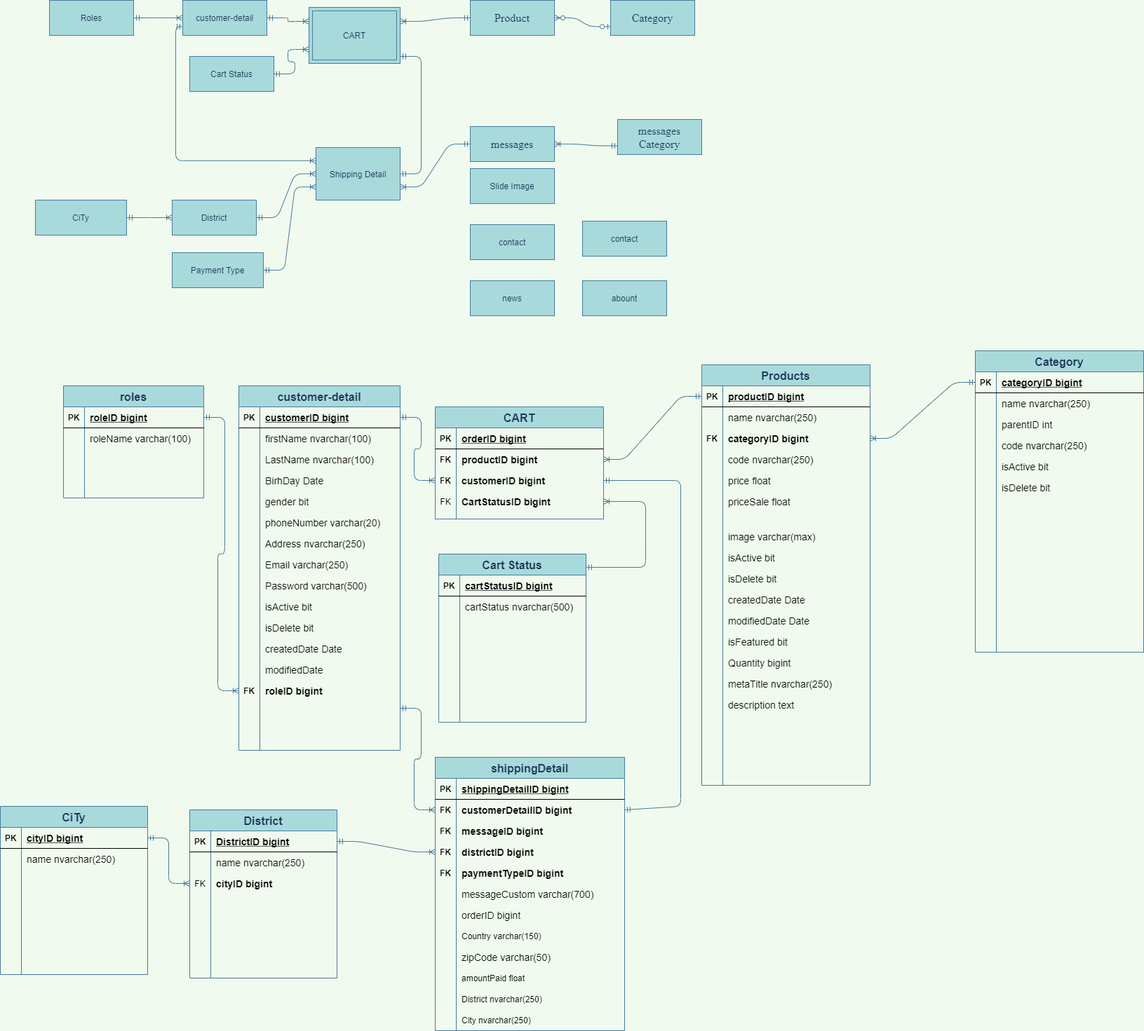
Before: Untitled Diagram.png, a diagram exported from draw.io (maialino123/Eproject-SEM3). Source tidied: cells renumbered, new cells last; positions are measured from the earlier drawing's top-left corner, leaving out a move shared by most shapes.
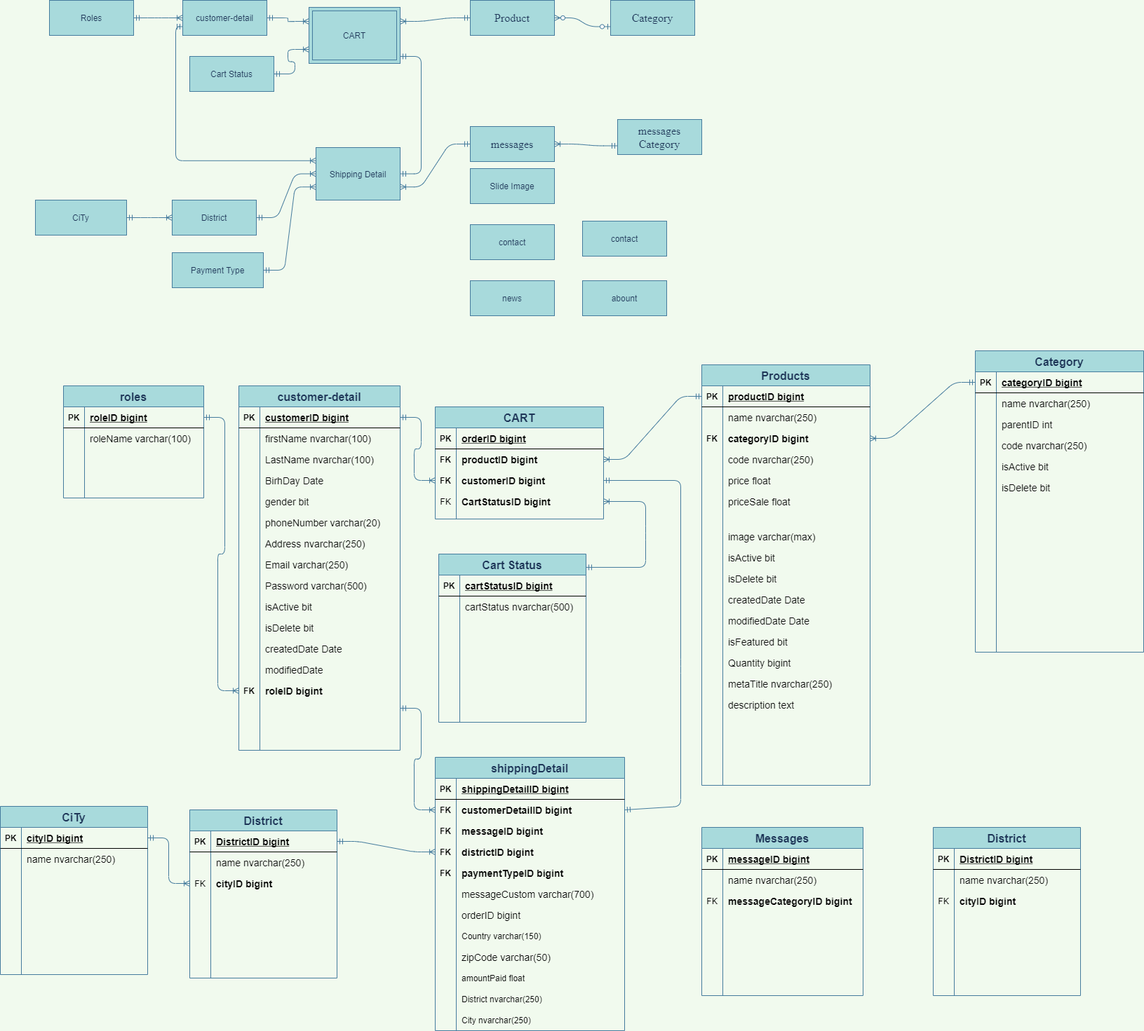
Later version of the same file.

The edit, as a diff of the source:
```diff
@@ -858,5 +858,137 @@
     <mxCell id="281" style="edgeStyle=entityRelationEdgeStyle;fontSize=12;html=1;endArrow=ERoneToMany;startArrow=ERmandOne;fontColor=#1D3557;strokeColor=#457B9D;fillColor=#A8DADC;labelBackgroundColor=#F1FAEE;exitX=1;exitY=0.5;exitDx=0;exitDy=0;entryX=0;entryY=0.5;entryDx=0;entryDy=0;" parent="1" edge="1" source="259" target="243">
       <mxGeometry relative="1" as="geometry" />
     </mxCell>
+    <mxCell id="282" value="Messages" style="shape=table;startSize=30;rowLines=0;fontStyle=1;align=center;rounded=0;sketch=0;fontColor=#1D3557;strokeColor=#457B9D;fillColor=#A8DADC;fontSize=16;" parent="1" vertex="1">
+      <mxGeometry x="1000" y="1180" width="230" height="240" as="geometry" />
+    </mxCell>
+    <mxCell id="283" style="shape=partialRectangle;fillColor=none;top=0;left=0;bottom=1;right=0;" parent="282" vertex="1">
+      <mxGeometry y="30" width="230" height="30" as="geometry" />
+    </mxCell>
+    <mxCell id="284" value="PK" style="shape=partialRectangle;fillColor=none;top=0;left=0;bottom=0;right=0;fontStyle=1;overflow=hidden;" parent="283" vertex="1">
+      <mxGeometry width="30" height="30" as="geometry" />
+    </mxCell>
+    <mxCell id="285" value="messageID bigint" style="shape=partialRectangle;fillColor=none;top=0;left=0;bottom=0;right=0;align=left;spacingLeft=6;fontStyle=5;overflow=hidden;fontSize=14;" parent="283" vertex="1">
+      <mxGeometry x="30" width="200" height="30" as="geometry" />
+    </mxCell>
+    <mxCell id="286" style="shape=partialRectangle;fillColor=none;top=0;left=0;bottom=0;right=0;" parent="282" vertex="1">
+      <mxGeometry y="60" width="230" height="30" as="geometry" />
+    </mxCell>
+    <mxCell id="287" style="shape=partialRectangle;fillColor=none;top=0;left=0;bottom=0;right=0;overflow=hidden;" parent="286" vertex="1">
+      <mxGeometry width="30" height="30" as="geometry" />
+    </mxCell>
+    <mxCell id="288" value="name nvarchar(250)" style="shape=partialRectangle;fillColor=none;top=0;left=0;bottom=0;right=0;align=left;spacingLeft=6;overflow=hidden;fontSize=14;" parent="286" vertex="1">
+      <mxGeometry x="30" width="200" height="30" as="geometry" />
+    </mxCell>
+    <mxCell id="289" style="shape=partialRectangle;fillColor=none;top=0;left=0;bottom=0;right=0;" parent="282" vertex="1">
+      <mxGeometry y="90" width="230" height="30" as="geometry" />
+    </mxCell>
+    <mxCell id="290" value="FK" style="shape=partialRectangle;fillColor=none;top=0;left=0;bottom=0;right=0;overflow=hidden;" parent="289" vertex="1">
+      <mxGeometry width="30" height="30" as="geometry" />
+    </mxCell>
+    <mxCell id="291" value="messageCategoryID bigint" style="shape=partialRectangle;fillColor=none;top=0;left=0;bottom=0;right=0;align=left;spacingLeft=6;overflow=hidden;fontStyle=1;fontSize=14;" parent="289" vertex="1">
+      <mxGeometry x="30" width="200" height="30" as="geometry" />
+    </mxCell>
+    <mxCell id="292" style="shape=partialRectangle;fillColor=none;top=0;left=0;bottom=0;right=0;" parent="282" vertex="1">
+      <mxGeometry y="120" width="230" height="30" as="geometry" />
+    </mxCell>
+    <mxCell id="293" style="shape=partialRectangle;fillColor=none;top=0;left=0;bottom=0;right=0;overflow=hidden;" parent="292" vertex="1">
+      <mxGeometry width="30" height="30" as="geometry" />
+    </mxCell>
+    <mxCell id="294" style="shape=partialRectangle;fillColor=none;top=0;left=0;bottom=0;right=0;align=left;spacingLeft=6;overflow=hidden;" parent="292" vertex="1">
+      <mxGeometry x="30" width="200" height="30" as="geometry" />
+    </mxCell>
+    <mxCell id="295" style="shape=partialRectangle;fillColor=none;top=0;left=0;bottom=0;right=0;" parent="282" vertex="1">
+      <mxGeometry y="150" width="230" height="30" as="geometry" />
+    </mxCell>
+    <mxCell id="296" style="shape=partialRectangle;fillColor=none;top=0;left=0;bottom=0;right=0;overflow=hidden;" parent="295" vertex="1">
+      <mxGeometry width="30" height="30" as="geometry" />
+    </mxCell>
+    <mxCell id="297" style="shape=partialRectangle;fillColor=none;top=0;left=0;bottom=0;right=0;align=left;spacingLeft=6;overflow=hidden;" parent="295" vertex="1">
+      <mxGeometry x="30" width="200" height="30" as="geometry" />
+    </mxCell>
+    <mxCell id="298" style="shape=partialRectangle;fillColor=none;top=0;left=0;bottom=0;right=0;" parent="282" vertex="1">
+      <mxGeometry y="180" width="230" height="30" as="geometry" />
+    </mxCell>
+    <mxCell id="299" style="shape=partialRectangle;fillColor=none;top=0;left=0;bottom=0;right=0;overflow=hidden;" parent="298" vertex="1">
+      <mxGeometry width="30" height="30" as="geometry" />
+    </mxCell>
+    <mxCell id="300" style="shape=partialRectangle;fillColor=none;top=0;left=0;bottom=0;right=0;align=left;spacingLeft=6;overflow=hidden;" parent="298" vertex="1">
+      <mxGeometry x="30" width="200" height="30" as="geometry" />
+    </mxCell>
+    <mxCell id="301" style="shape=partialRectangle;fillColor=none;top=0;left=0;bottom=0;right=0;" parent="282" vertex="1">
+      <mxGeometry y="210" width="230" height="30" as="geometry" />
+    </mxCell>
+    <mxCell id="302" style="shape=partialRectangle;fillColor=none;top=0;left=0;bottom=0;right=0;overflow=hidden;" parent="301" vertex="1">
+      <mxGeometry width="30" height="30" as="geometry" />
+    </mxCell>
+    <mxCell id="303" style="shape=partialRectangle;fillColor=none;top=0;left=0;bottom=0;right=0;align=left;spacingLeft=6;overflow=hidden;" parent="301" vertex="1">
+      <mxGeometry x="30" width="200" height="30" as="geometry" />
+    </mxCell>
+    <mxCell id="304" value="District" style="shape=table;startSize=30;rowLines=0;fontStyle=1;align=center;rounded=0;sketch=0;fontColor=#1D3557;strokeColor=#457B9D;fillColor=#A8DADC;fontSize=16;" parent="1" vertex="1">
+      <mxGeometry x="1330" y="1180" width="210" height="240" as="geometry" />
+    </mxCell>
+    <mxCell id="305" style="shape=partialRectangle;fillColor=none;top=0;left=0;bottom=1;right=0;" parent="304" vertex="1">
+      <mxGeometry y="30" width="210" height="30" as="geometry" />
+    </mxCell>
+    <mxCell id="306" value="PK" style="shape=partialRectangle;fillColor=none;top=0;left=0;bottom=0;right=0;fontStyle=1;overflow=hidden;" parent="305" vertex="1">
+      <mxGeometry width="30" height="30" as="geometry" />
+    </mxCell>
+    <mxCell id="307" value="DistrictID bigint" style="shape=partialRectangle;fillColor=none;top=0;left=0;bottom=0;right=0;align=left;spacingLeft=6;fontStyle=5;overflow=hidden;fontSize=14;" parent="305" vertex="1">
+      <mxGeometry x="30" width="180" height="30" as="geometry" />
+    </mxCell>
+    <mxCell id="308" style="shape=partialRectangle;fillColor=none;top=0;left=0;bottom=0;right=0;" parent="304" vertex="1">
+      <mxGeometry y="60" width="210" height="30" as="geometry" />
+    </mxCell>
+    <mxCell id="309" style="shape=partialRectangle;fillColor=none;top=0;left=0;bottom=0;right=0;overflow=hidden;" parent="308" vertex="1">
+      <mxGeometry width="30" height="30" as="geometry" />
+    </mxCell>
+    <mxCell id="310" value="name nvarchar(250)" style="shape=partialRectangle;fillColor=none;top=0;left=0;bottom=0;right=0;align=left;spacingLeft=6;overflow=hidden;fontSize=14;" parent="308" vertex="1">
+      <mxGeometry x="30" width="180" height="30" as="geometry" />
+    </mxCell>
+    <mxCell id="311" style="shape=partialRectangle;fillColor=none;top=0;left=0;bottom=0;right=0;" parent="304" vertex="1">
+      <mxGeometry y="90" width="210" height="30" as="geometry" />
+    </mxCell>
+    <mxCell id="312" value="FK" style="shape=partialRectangle;fillColor=none;top=0;left=0;bottom=0;right=0;overflow=hidden;" parent="311" vertex="1">
+      <mxGeometry width="30" height="30" as="geometry" />
+    </mxCell>
+    <mxCell id="313" value="cityID bigint" style="shape=partialRectangle;fillColor=none;top=0;left=0;bottom=0;right=0;align=left;spacingLeft=6;overflow=hidden;fontStyle=1;fontSize=14;" parent="311" vertex="1">
+      <mxGeometry x="30" width="180" height="30" as="geometry" />
+    </mxCell>
+    <mxCell id="314" style="shape=partialRectangle;fillColor=none;top=0;left=0;bottom=0;right=0;" parent="304" vertex="1">
+      <mxGeometry y="120" width="210" height="30" as="geometry" />
+    </mxCell>
+    <mxCell id="315" style="shape=partialRectangle;fillColor=none;top=0;left=0;bottom=0;right=0;overflow=hidden;" parent="314" vertex="1">
+      <mxGeometry width="30" height="30" as="geometry" />
+    </mxCell>
+    <mxCell id="316" style="shape=partialRectangle;fillColor=none;top=0;left=0;bottom=0;right=0;align=left;spacingLeft=6;overflow=hidden;" parent="314" vertex="1">
+      <mxGeometry x="30" width="180" height="30" as="geometry" />
+    </mxCell>
+    <mxCell id="317" style="shape=partialRectangle;fillColor=none;top=0;left=0;bottom=0;right=0;" parent="304" vertex="1">
+      <mxGeometry y="150" width="210" height="30" as="geometry" />
+    </mxCell>
+    <mxCell id="318" style="shape=partialRectangle;fillColor=none;top=0;left=0;bottom=0;right=0;overflow=hidden;" parent="317" vertex="1">
+      <mxGeometry width="30" height="30" as="geometry" />
+    </mxCell>
+    <mxCell id="319" style="shape=partialRectangle;fillColor=none;top=0;left=0;bottom=0;right=0;align=left;spacingLeft=6;overflow=hidden;" parent="317" vertex="1">
+      <mxGeometry x="30" width="180" height="30" as="geometry" />
+    </mxCell>
+    <mxCell id="320" style="shape=partialRectangle;fillColor=none;top=0;left=0;bottom=0;right=0;" parent="304" vertex="1">
+      <mxGeometry y="180" width="210" height="30" as="geometry" />
+    </mxCell>
+    <mxCell id="321" style="shape=partialRectangle;fillColor=none;top=0;left=0;bottom=0;right=0;overflow=hidden;" parent="320" vertex="1">
+      <mxGeometry width="30" height="30" as="geometry" />
+    </mxCell>
+    <mxCell id="322" style="shape=partialRectangle;fillColor=none;top=0;left=0;bottom=0;right=0;align=left;spacingLeft=6;overflow=hidden;" parent="320" vertex="1">
+      <mxGeometry x="30" width="180" height="30" as="geometry" />
+    </mxCell>
+    <mxCell id="323" style="shape=partialRectangle;fillColor=none;top=0;left=0;bottom=0;right=0;" parent="304" vertex="1">
+      <mxGeometry y="210" width="210" height="30" as="geometry" />
+    </mxCell>
+    <mxCell id="324" style="shape=partialRectangle;fillColor=none;top=0;left=0;bottom=0;right=0;overflow=hidden;" parent="323" vertex="1">
+      <mxGeometry width="30" height="30" as="geometry" />
+    </mxCell>
+    <mxCell id="325" style="shape=partialRectangle;fillColor=none;top=0;left=0;bottom=0;right=0;align=left;spacingLeft=6;overflow=hidden;" parent="323" vertex="1">
+      <mxGeometry x="30" width="180" height="30" as="geometry" />
+    </mxCell>
   </root>
 </mxGraphModel>
```
